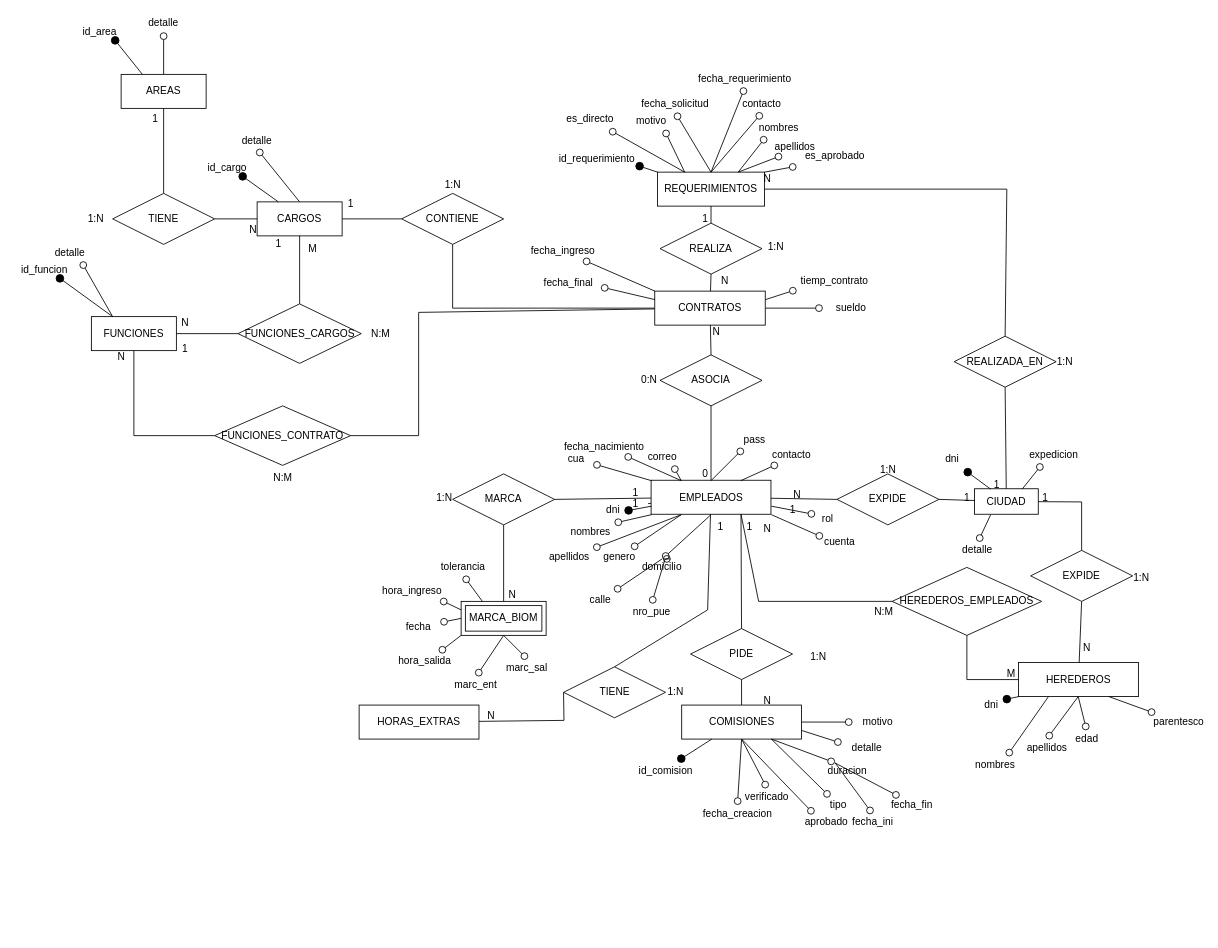
This is page "Página-2" (2 of 4) of Diagrama SRH.drawio from tomyivan/diagramas-DB, a draw.io file, before an edit. Source tidied: cells renumbered, new cells numbered last; positions are measured from the earlier drawing's top-left corner, leaving out a move shared by most shapes. Both pictures are drawn from the tidied source at 85%, with x=0, y=0 at pixel (14, 14).
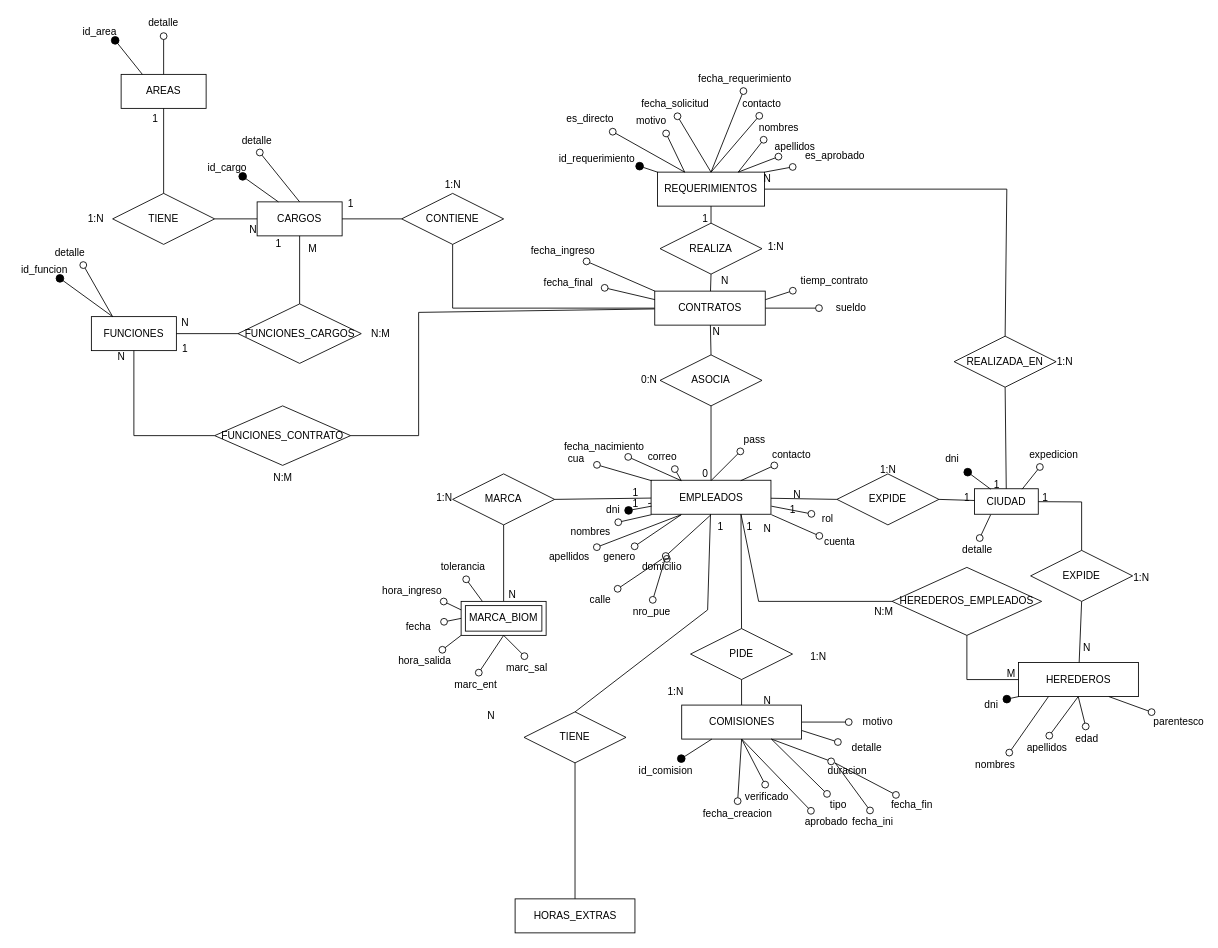
After the change.

The edit, as a diff of the source:
```diff
@@
     <mxCell id="156" value="TIENE" style="shape=rhombus;perimeter=rhombusPerimeter;whiteSpace=wrap;html=1;align=center;" parent="1" vertex="1">
-      <mxGeometry x="645.5" y="767" width="120" height="60" as="geometry" />
+      <mxGeometry x="599" y="820" width="120" height="60" as="geometry" />
     </mxCell>
@@
-    <mxCell id="158" style="endArrow=none;html=1;rounded=0;entryX=0;entryY=0.5;entryDx=0;entryDy=0;" parent="1" edge="1" source="159" target="156">
-      <mxGeometry relative="1" as="geometry">
-        <Array as="points">
-          <mxPoint x="646" y="830" />
-        </Array>
-      </mxGeometry>
+    <mxCell id="158" style="endArrow=none;html=1;rounded=0;entryX=0.5;entryY=1;entryDx=0;entryDy=0;" parent="1" edge="1" source="159" target="156">
+      <mxGeometry relative="1" as="geometry" />
     </mxCell>
     <mxCell id="159" value="HORAS_EXTRAS" style="whiteSpace=wrap;html=1;align=center;" parent="1" vertex="1">
-      <mxGeometry x="405" y="812" width="141" height="40" as="geometry" />
+      <mxGeometry x="588.5" y="1040" width="141" height="40" as="geometry" />
     </mxCell>
```
